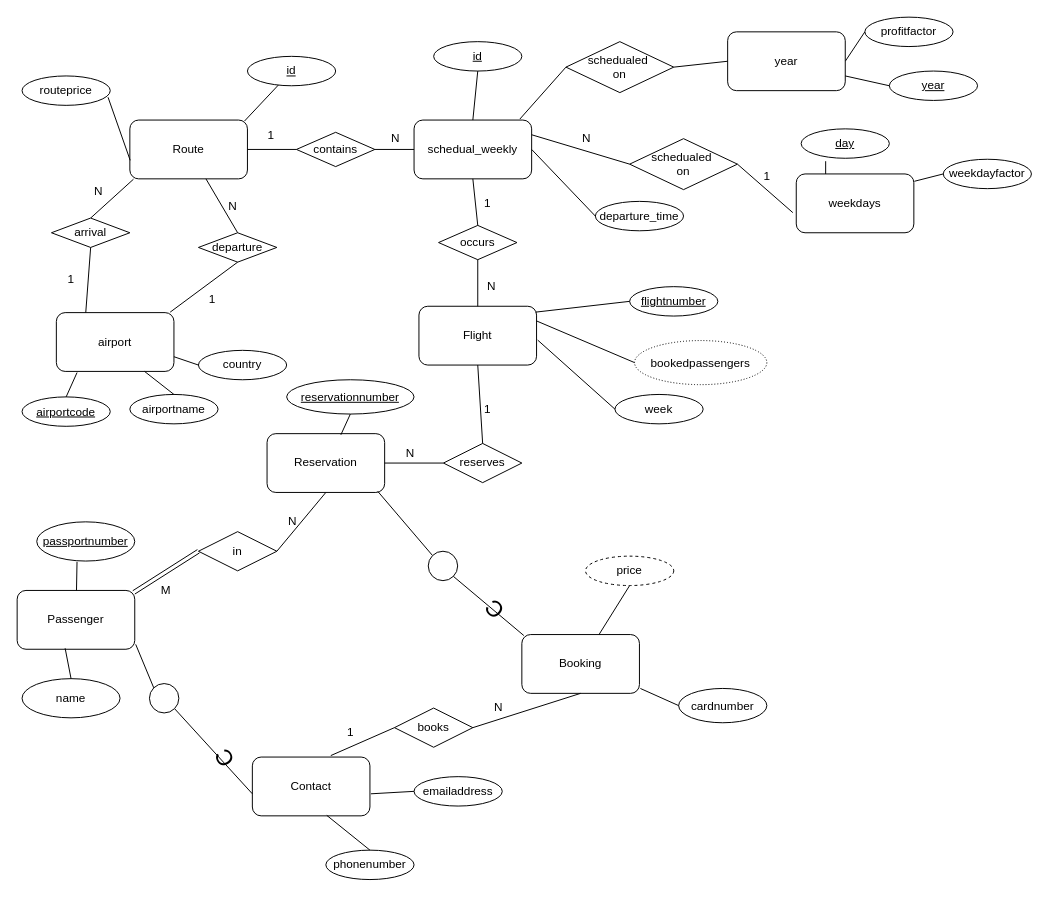
Earlier version of the draw.io diagram lab4/4a_eer.drawio (chrha/tddd37). Source tidied: cells renumbered, new cells numbered last; positions are measured from the earlier drawing's top-left corner, leaving out a move shared by most shapes. Both pictures are drawn from the tidied source at 98%, with x=0, y=0 at pixel (17, 17).
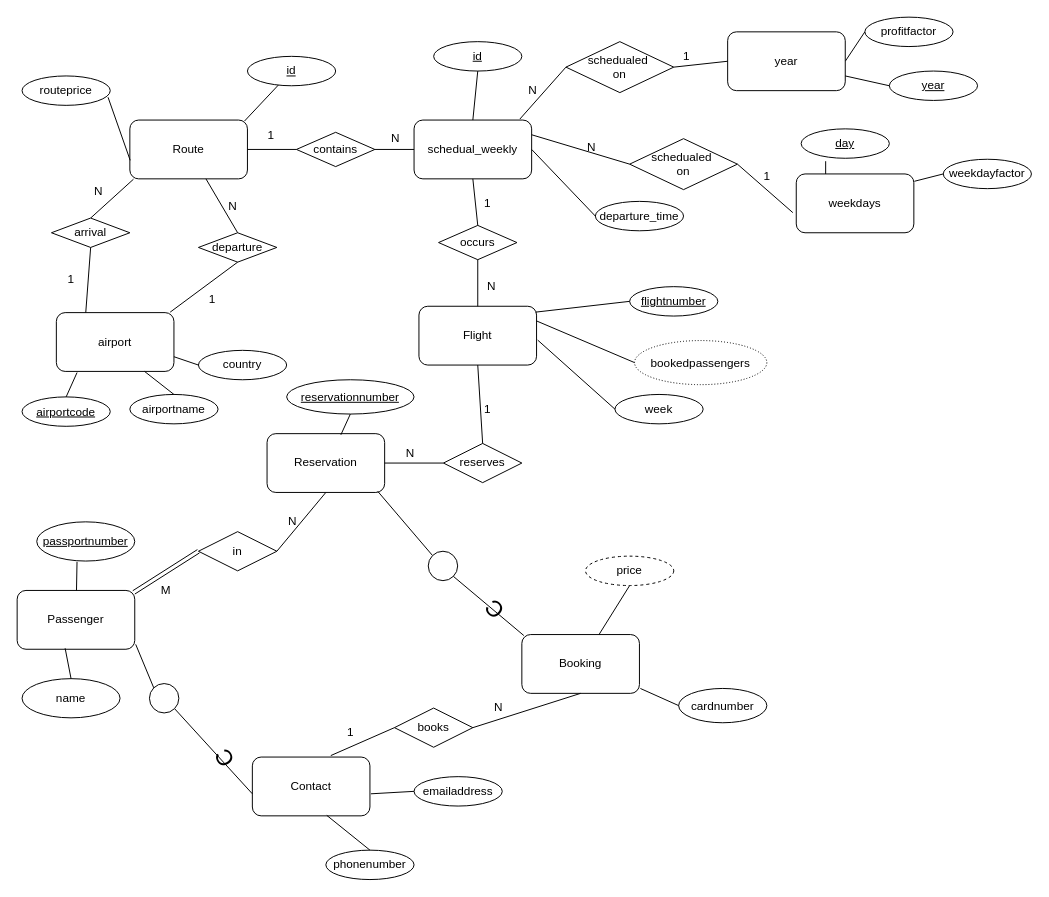
The same page after the edit.

The edit, as a diff of the source:
```diff
@@
     <mxCell id="93" value="N" style="text;html=1;align=left;verticalAlign=top;spacingTop=-4;" parent="1" vertex="1">
-      <mxGeometry x="575" y="114" width="20" height="20" as="geometry" />
+      <mxGeometry x="580" y="122.5" width="20" height="20" as="geometry" />
     </mxCell>
@@
+    <mxCell id="105" value="N" style="text;html=1;align=left;verticalAlign=top;spacingTop=-4;" parent="1" vertex="1">
+      <mxGeometry x="520" y="65" width="20" height="20" as="geometry" />
+    </mxCell>
+    <mxCell id="106" value="1" style="text;html=1;align=left;verticalAlign=top;spacingTop=-4;" parent="1" vertex="1">
+      <mxGeometry x="677.5" y="30" width="20" height="20" as="geometry" />
+    </mxCell>
```
